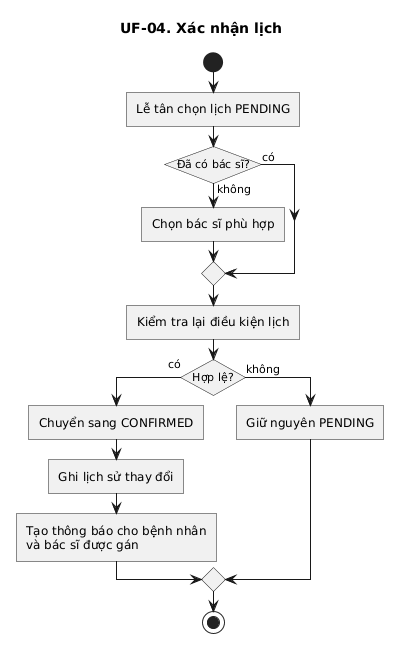
This is doc/user-flow/04-xac-nhan.png from KhaVan-oi/ViClinic, a PlantUML export, as it was before one commit.
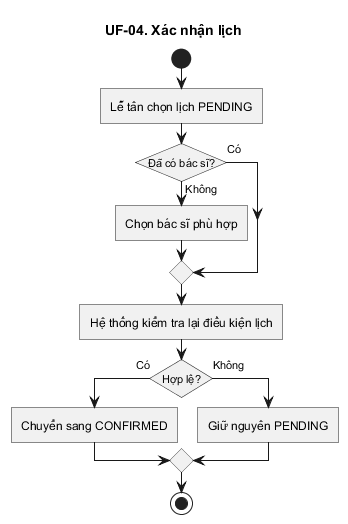
Later version of the same file.

The edit, as a diff of the source:
```diff
@@ -1,25 +1,20 @@
 @startuml
 title UF-04. Xác nhận lịch
-
 skinparam linetype ortho
 skinparam shadowing false
 skinparam roundcorner 0
 skinparam conditionStyle InsideDiamond
 skinparam conditionEndStyle diamond
-
 start
 :Lễ tân chọn lịch PENDING;
-if (Đã có bác sĩ?) then (không)
+if (Đã có bác sĩ?) then (Không)
   :Chọn bác sĩ phù hợp;
-else (có)
+else (Có)
 endif
-:Kiểm tra lại điều kiện lịch;
-if (Hợp lệ?) then (có)
+:Hệ thống kiểm tra lại điều kiện lịch;
+if (Hợp lệ?) then (Có)
   :Chuyển sang CONFIRMED;
-  :Ghi lịch sử thay đổi;
-  :Tạo thông báo cho bệnh nhân
-và bác sĩ được gán;
-else (không)
+else (Không)
   :Giữ nguyên PENDING;
 endif
 stop
```
